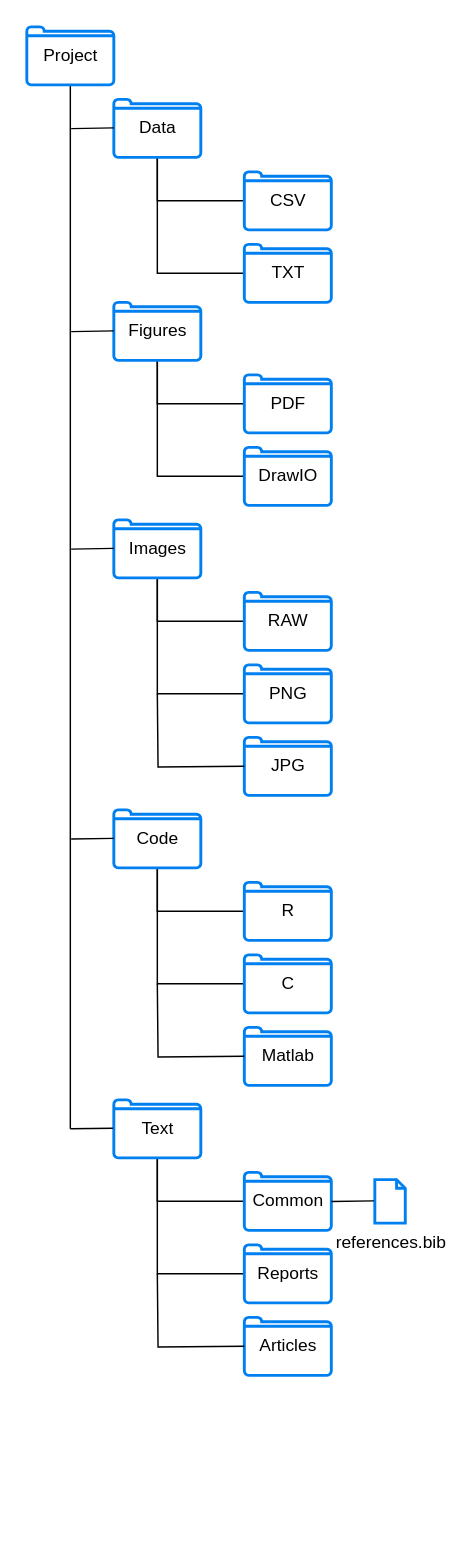
Earlier version of the draw.io diagram Figures/DrawIO/DirectoryStructure.drawio (acfrery/Grading-Reproducibility-in-Remote-Sensing-Articles). Source tidied: cells renumbered, new cells numbered last; positions are measured from the earlier drawing's top-left corner, leaving out a move shared by most shapes. Both pictures are drawn from the tidied source at 145%, with x=0, y=0 at pixel (26, 26).
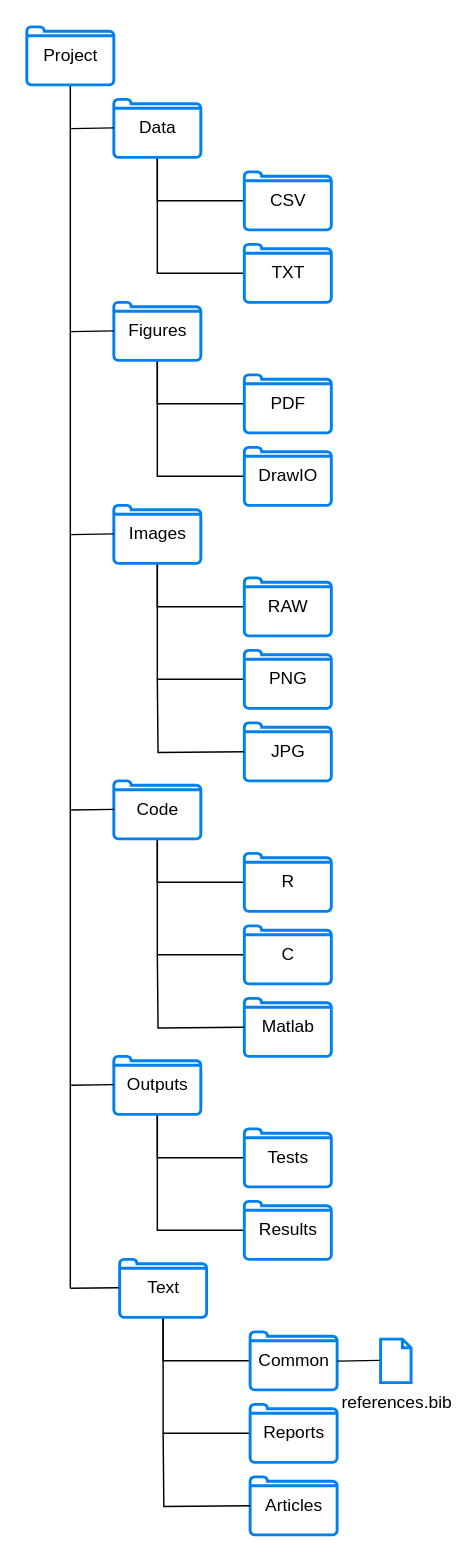
After the change.

The change refers to these unchanged cells:
```xml
<mxCell id="3" style="html=1;verticalLabelPosition=bottom;align=center;labelBackgroundColor=#ffffff;verticalAlign=top;strokeWidth=2;strokeColor=#0080F0;shadow=0;dashed=0;shape=mxgraph.ios7.icons.folder;" parent="1" vertex="1">
  <mxGeometry width="60" height="40" as="geometry" />
</mxCell>
```

What changed in the source:
```diff
@@
     <mxCell id="2" style="edgeStyle=orthogonalEdgeStyle;rounded=0;jettySize=auto;html=1;startArrow=none;startFill=0;endArrow=none;endFill=0;fillColor=#fff2cc;strokeColor=#000000;" parent="1" edge="1" source="3">
       <mxGeometry relative="1" as="geometry">
-        <mxPoint x="30" y="760" as="targetPoint" />
+        <mxPoint x="30" y="870" as="targetPoint" />
       </mxGeometry>
     </mxCell>
@@
     <mxCell id="21" style="edgeStyle=orthogonalEdgeStyle;rounded=0;jettySize=auto;html=1;startArrow=none;startFill=0;endArrow=none;endFill=0;" parent="1" edge="1" source="23" target="27">
       <mxGeometry relative="1" as="geometry">
         <Array as="points">
-          <mxPoint x="90" y="410" />
+          <mxPoint x="90" y="400" />
         </Array>
       </mxGeometry>
     </mxCell>
     <mxCell id="22" style="edgeStyle=orthogonalEdgeStyle;rounded=0;jettySize=auto;html=1;startArrow=none;startFill=0;endArrow=none;endFill=0;" parent="1" edge="1" source="23" target="25">
       <mxGeometry relative="1" as="geometry">
         <Array as="points">
-          <mxPoint x="90" y="460" />
+          <mxPoint x="90" y="450" />
         </Array>
       </mxGeometry>
     </mxCell>
     <mxCell id="23" style="html=1;verticalLabelPosition=bottom;align=center;labelBackgroundColor=#ffffff;verticalAlign=top;strokeWidth=2;strokeColor=#0080F0;shadow=0;dashed=0;shape=mxgraph.ios7.icons.folder;" parent="1" vertex="1">
-      <mxGeometry x="60" y="340" width="60" height="40" as="geometry" />
+      <mxGeometry x="60" y="330" width="60" height="40" as="geometry" />
     </mxCell>
@@
     <mxCell id="25" style="html=1;verticalLabelPosition=bottom;align=center;labelBackgroundColor=#ffffff;verticalAlign=top;strokeWidth=2;strokeColor=#0080F0;shadow=0;dashed=0;shape=mxgraph.ios7.icons.folder;" parent="1" vertex="1">
-      <mxGeometry x="150" y="440" width="60" height="40" as="geometry" />
+      <mxGeometry x="150" y="430" width="60" height="40" as="geometry" />
     </mxCell>
@@
     <mxCell id="27" style="html=1;verticalLabelPosition=bottom;align=center;labelBackgroundColor=#ffffff;verticalAlign=top;strokeWidth=2;strokeColor=#0080F0;shadow=0;dashed=0;shape=mxgraph.ios7.icons.folder;" parent="1" vertex="1">
-      <mxGeometry x="150" y="390" width="60" height="40" as="geometry" />
+      <mxGeometry x="150" y="380" width="60" height="40" as="geometry" />
     </mxCell>
@@
     <mxCell id="29" style="html=1;verticalLabelPosition=bottom;align=center;labelBackgroundColor=#ffffff;verticalAlign=top;strokeWidth=2;strokeColor=#0080F0;shadow=0;dashed=0;shape=mxgraph.ios7.icons.folder;" parent="1" vertex="1">
-      <mxGeometry x="150" y="490" width="60" height="40" as="geometry" />
+      <mxGeometry x="150" y="480" width="60" height="40" as="geometry" />
     </mxCell>
@@
     <mxCell id="32" style="edgeStyle=orthogonalEdgeStyle;rounded=0;jettySize=auto;html=1;startArrow=none;startFill=0;endArrow=none;endFill=0;" parent="1" edge="1" source="34" target="38">
       <mxGeometry relative="1" as="geometry">
         <Array as="points">
-          <mxPoint x="90" y="610" />
+          <mxPoint x="90" y="590" />
         </Array>
       </mxGeometry>
     </mxCell>
     <mxCell id="33" style="edgeStyle=orthogonalEdgeStyle;rounded=0;jettySize=auto;html=1;startArrow=none;startFill=0;endArrow=none;endFill=0;" parent="1" edge="1" source="34" target="36">
       <mxGeometry relative="1" as="geometry">
         <Array as="points">
-          <mxPoint x="90" y="660" />
+          <mxPoint x="90" y="640" />
         </Array>
       </mxGeometry>
     </mxCell>
     <mxCell id="34" style="html=1;verticalLabelPosition=bottom;align=center;labelBackgroundColor=#ffffff;verticalAlign=top;strokeWidth=2;strokeColor=#0080F0;shadow=0;dashed=0;shape=mxgraph.ios7.icons.folder;" parent="1" vertex="1">
-      <mxGeometry x="60" y="540" width="60" height="40" as="geometry" />
+      <mxGeometry x="60" y="520" width="60" height="40" as="geometry" />
     </mxCell>
@@
     <mxCell id="36" style="html=1;verticalLabelPosition=bottom;align=center;labelBackgroundColor=#ffffff;verticalAlign=top;strokeWidth=2;strokeColor=#0080F0;shadow=0;dashed=0;shape=mxgraph.ios7.icons.folder;" parent="1" vertex="1">
-      <mxGeometry x="150" y="640" width="60" height="40" as="geometry" />
+      <mxGeometry x="150" y="620" width="60" height="40" as="geometry" />
     </mxCell>
@@
     <mxCell id="38" style="html=1;verticalLabelPosition=bottom;align=center;labelBackgroundColor=#ffffff;verticalAlign=top;strokeWidth=2;strokeColor=#0080F0;shadow=0;dashed=0;shape=mxgraph.ios7.icons.folder;" parent="1" vertex="1">
-      <mxGeometry x="150" y="590" width="60" height="40" as="geometry" />
+      <mxGeometry x="150" y="570" width="60" height="40" as="geometry" />
     </mxCell>
@@
     <mxCell id="40" style="html=1;verticalLabelPosition=bottom;align=center;labelBackgroundColor=#ffffff;verticalAlign=top;strokeWidth=2;strokeColor=#0080F0;shadow=0;dashed=0;shape=mxgraph.ios7.icons.folder;" parent="1" vertex="1">
-      <mxGeometry x="150" y="690" width="60" height="40" as="geometry" />
+      <mxGeometry x="150" y="670" width="60" height="40" as="geometry" />
     </mxCell>
@@
     <mxCell id="43" style="edgeStyle=orthogonalEdgeStyle;rounded=0;jettySize=auto;html=1;startArrow=none;startFill=0;endArrow=none;endFill=0;" parent="1" edge="1" source="45" target="49">
       <mxGeometry relative="1" as="geometry">
         <Array as="points">
-          <mxPoint x="90" y="810" />
+          <mxPoint x="94" y="920" />
         </Array>
       </mxGeometry>
     </mxCell>
     <mxCell id="44" style="edgeStyle=orthogonalEdgeStyle;rounded=0;jettySize=auto;html=1;startArrow=none;startFill=0;endArrow=none;endFill=0;" parent="1" edge="1" source="45" target="47">
       <mxGeometry relative="1" as="geometry">
         <Array as="points">
-          <mxPoint x="90" y="860" />
+          <mxPoint x="94" y="970" />
         </Array>
       </mxGeometry>
     </mxCell>
     <mxCell id="45" style="html=1;verticalLabelPosition=bottom;align=center;labelBackgroundColor=#ffffff;verticalAlign=top;strokeWidth=2;strokeColor=#0080F0;shadow=0;dashed=0;shape=mxgraph.ios7.icons.folder;" parent="1" vertex="1">
-      <mxGeometry x="60" y="740" width="60" height="40" as="geometry" />
+      <mxGeometry x="64" y="850" width="60" height="40" as="geometry" />
     </mxCell>
@@
     <mxCell id="47" style="html=1;verticalLabelPosition=bottom;align=center;labelBackgroundColor=#ffffff;verticalAlign=top;strokeWidth=2;strokeColor=#0080F0;shadow=0;dashed=0;shape=mxgraph.ios7.icons.folder;" parent="1" vertex="1">
-      <mxGeometry x="150" y="840" width="60" height="40" as="geometry" />
+      <mxGeometry x="154" y="950" width="60" height="40" as="geometry" />
     </mxCell>
@@
     <mxCell id="49" style="html=1;verticalLabelPosition=bottom;align=center;labelBackgroundColor=#ffffff;verticalAlign=top;strokeWidth=2;strokeColor=#0080F0;shadow=0;dashed=0;shape=mxgraph.ios7.icons.folder;" parent="1" vertex="1">
-      <mxGeometry x="150" y="790" width="60" height="40" as="geometry" />
+      <mxGeometry x="154" y="900" width="60" height="40" as="geometry" />
     </mxCell>
@@
     <mxCell id="51" style="html=1;verticalLabelPosition=bottom;align=center;labelBackgroundColor=#ffffff;verticalAlign=top;strokeWidth=2;strokeColor=#0080F0;shadow=0;dashed=0;shape=mxgraph.ios7.icons.folder;" parent="1" vertex="1">
-      <mxGeometry x="150" y="890" width="60" height="40" as="geometry" />
+      <mxGeometry x="154" y="1000" width="60" height="40" as="geometry" />
     </mxCell>
@@
     <mxCell id="54" style="endArrow=none;html=1;entryX=-0.01;entryY=0.489;entryDx=0;entryDy=0;entryPerimeter=0;" parent="1" edge="1" target="45">
       <mxGeometry relative="1" as="geometry">
-        <mxPoint x="30" y="760" as="sourcePoint" />
+        <mxPoint x="30" y="870" as="sourcePoint" />
       </mxGeometry>
     </mxCell>
     <mxCell id="55" style="endArrow=none;html=1;entryX=-0.01;entryY=0.489;entryDx=0;entryDy=0;entryPerimeter=0;" parent="1" edge="1">
       <mxGeometry relative="1" as="geometry">
-        <mxPoint x="30.6" y="560.1" as="sourcePoint" />
-        <mxPoint x="60" y="559.7" as="targetPoint" />
+        <mxPoint x="30.6" y="540.1" as="sourcePoint" />
+        <mxPoint x="60" y="539.7" as="targetPoint" />
       </mxGeometry>
     </mxCell>
     <mxCell id="56" style="endArrow=none;html=1;entryX=-0.01;entryY=0.489;entryDx=0;entryDy=0;entryPerimeter=0;" parent="1" edge="1">
       <mxGeometry relative="1" as="geometry">
-        <mxPoint x="30.6" y="360.2" as="sourcePoint" />
-        <mxPoint x="60" y="359.7" as="targetPoint" />
+        <mxPoint x="30.6" y="350.2" as="sourcePoint" />
+        <mxPoint x="60" y="349.7" as="targetPoint" />
       </mxGeometry>
     </mxCell>
@@
     <mxCell id="59" value="references.bib" style="html=1;verticalLabelPosition=bottom;align=center;labelBackgroundColor=#ffffff;verticalAlign=top;strokeWidth=2;strokeColor=#0080F0;shadow=0;dashed=0;shape=mxgraph.ios7.icons.document;" parent="1" vertex="1">
-      <mxGeometry x="240" y="795" width="21" height="30" as="geometry" />
+      <mxGeometry x="244" y="905" width="21" height="30" as="geometry" />
     </mxCell>
     <mxCell id="60" style="endArrow=none;html=1;entryX=-0.01;entryY=0.489;entryDx=0;entryDy=0;entryPerimeter=0;" parent="1" edge="1">
       <mxGeometry relative="1" as="geometry">
-        <mxPoint x="210" y="810.1" as="sourcePoint" />
-        <mxPoint x="239.4" y="809.7" as="targetPoint" />
+        <mxPoint x="214" y="920.2" as="sourcePoint" />
+        <mxPoint x="243.4" y="919.7" as="targetPoint" />
       </mxGeometry>
     </mxCell>
+    <mxCell id="61" style="edgeStyle=orthogonalEdgeStyle;rounded=0;jettySize=auto;html=1;startArrow=none;startFill=0;endArrow=none;endFill=0;" parent="1" edge="1" source="63" target="67">
+      <mxGeometry relative="1" as="geometry">
+        <Array as="points">
+          <mxPoint x="90" y="780" />
+        </Array>
+      </mxGeometry>
+    </mxCell>
+    <mxCell id="62" style="edgeStyle=orthogonalEdgeStyle;rounded=0;jettySize=auto;html=1;startArrow=none;startFill=0;endArrow=none;endFill=0;" parent="1" edge="1" source="63" target="65">
+      <mxGeometry relative="1" as="geometry">
+        <Array as="points">
+          <mxPoint x="90" y="830" />
+        </Array>
+      </mxGeometry>
+    </mxCell>
+    <mxCell id="63" style="html=1;verticalLabelPosition=bottom;align=center;labelBackgroundColor=#ffffff;verticalAlign=top;strokeWidth=2;strokeColor=#0080F0;shadow=0;dashed=0;shape=mxgraph.ios7.icons.folder;" parent="1" vertex="1">
+      <mxGeometry x="60" y="710" width="60" height="40" as="geometry" />
+    </mxCell>
+    <mxCell id="64" value="Outputs&lt;br&gt;" style="text;html=1;align=center;verticalAlign=middle;fillColor=none;strokeColor=none;rounded=0;" parent="63" vertex="1">
+      <mxGeometry y="10" width="60" height="20" as="geometry" />
+    </mxCell>
+    <mxCell id="65" style="html=1;verticalLabelPosition=bottom;align=center;labelBackgroundColor=#ffffff;verticalAlign=top;strokeWidth=2;strokeColor=#0080F0;shadow=0;dashed=0;shape=mxgraph.ios7.icons.folder;" parent="1" vertex="1">
+      <mxGeometry x="150" y="810" width="60" height="40" as="geometry" />
+    </mxCell>
+    <mxCell id="66" value="Results" style="text;html=1;align=center;verticalAlign=middle;fillColor=none;strokeColor=none;rounded=0;" parent="65" vertex="1">
+      <mxGeometry y="10" width="60" height="20" as="geometry" />
+    </mxCell>
+    <mxCell id="67" style="html=1;verticalLabelPosition=bottom;align=center;labelBackgroundColor=#ffffff;verticalAlign=top;strokeWidth=2;strokeColor=#0080F0;shadow=0;dashed=0;shape=mxgraph.ios7.icons.folder;" parent="1" vertex="1">
+      <mxGeometry x="150" y="760" width="60" height="40" as="geometry" />
+    </mxCell>
+    <mxCell id="68" value="Tests" style="text;html=1;align=center;verticalAlign=middle;fillColor=none;strokeColor=none;rounded=0;" parent="67" vertex="1">
+      <mxGeometry x="10" y="10" width="40" height="20" as="geometry" />
+    </mxCell>
+    <mxCell id="69" style="endArrow=none;html=1;entryX=-0.01;entryY=0.489;entryDx=0;entryDy=0;entryPerimeter=0;" parent="1" edge="1">
+      <mxGeometry relative="1" as="geometry">
+        <mxPoint x="30.6" y="729.9" as="sourcePoint" />
+        <mxPoint x="60" y="729.5" as="targetPoint" />
+      </mxGeometry>
+    </mxCell>
```
